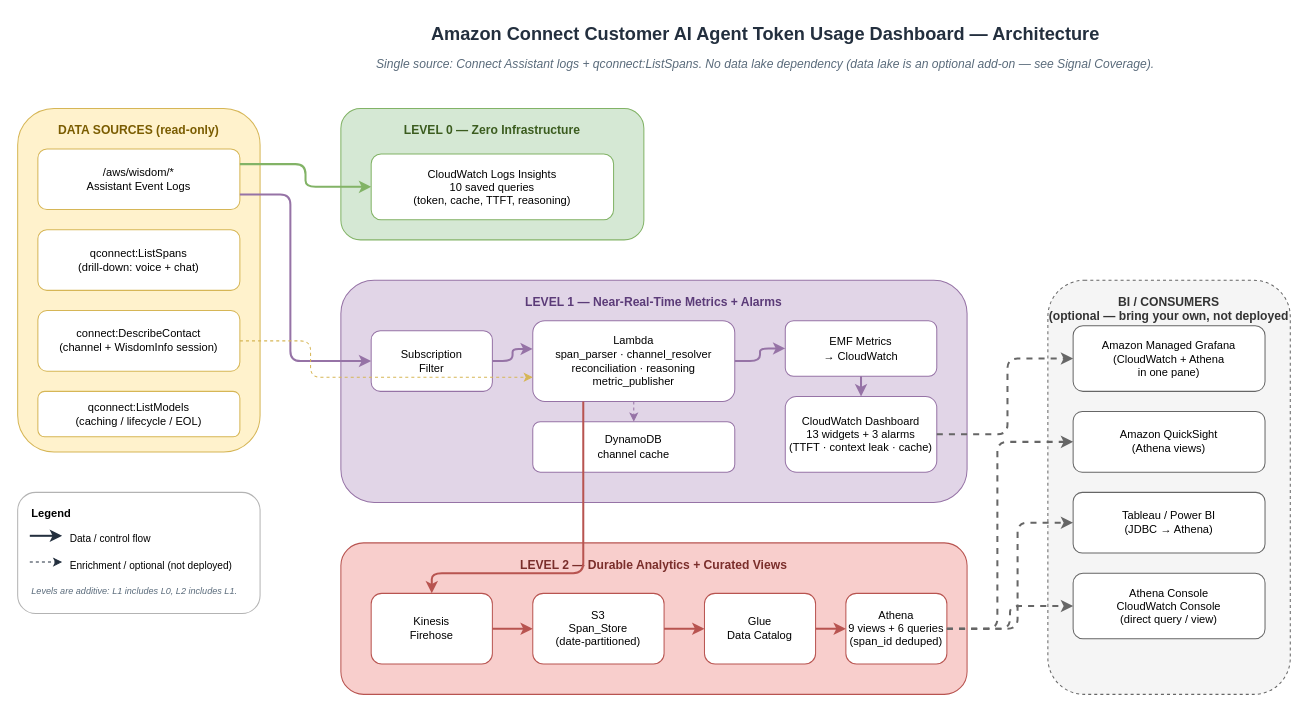
Before: page "Architecture" (1 of 3) of docs/architecture.drawio in aws-samples/sample-amazon-connect-customer-ai-agent-token-usage-dashboard, a draw.io diagram. Source tidied: cells renumbered, new cells numbered last; positions are measured from the earlier drawing's top-left corner, leaving out a move shared by most shapes. Both pictures are drawn from the tidied source at 101%, with x=0, y=0 at pixel (17, 17).
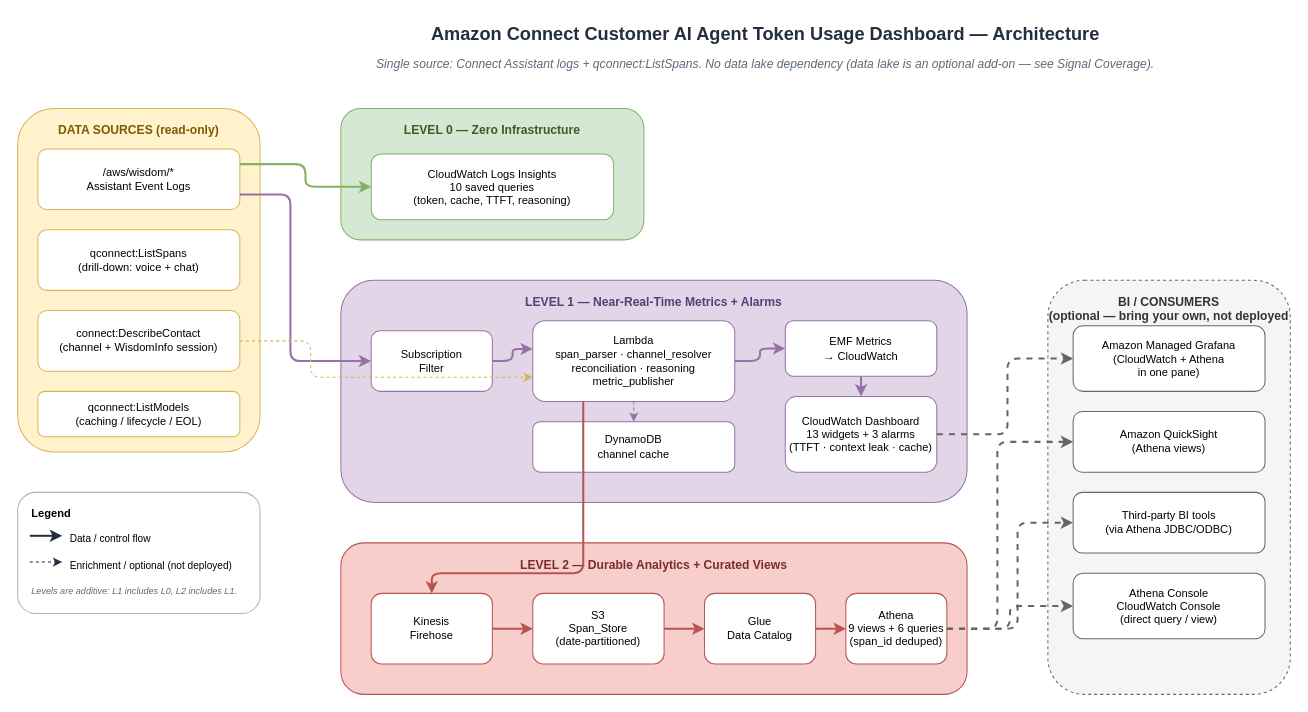
The same diagram, later.

Commit message (it also covers changes not shown here):
docs: generalize third-party BI references in diagram and docs

The edit, as a diff of the source:
```diff
@@
-    <mxCell id="25" value="Tableau / Power BI&#10;(JDBC → Athena)" style="rounded=1;whiteSpace=wrap;html=1;fillColor=#FFFFFF;strokeColor=#666666;fontSize=11;" parent="1" vertex="1">
+    <mxCell id="25" value="Third-party BI tools&#10;(via Athena JDBC/ODBC)" style="rounded=1;whiteSpace=wrap;html=1;fillColor=#FFFFFF;strokeColor=#666666;fontSize=11;" parent="1" vertex="1">
       <mxGeometry x="1045" y="470" width="190" height="60" as="geometry" />
     </mxCell>
```
